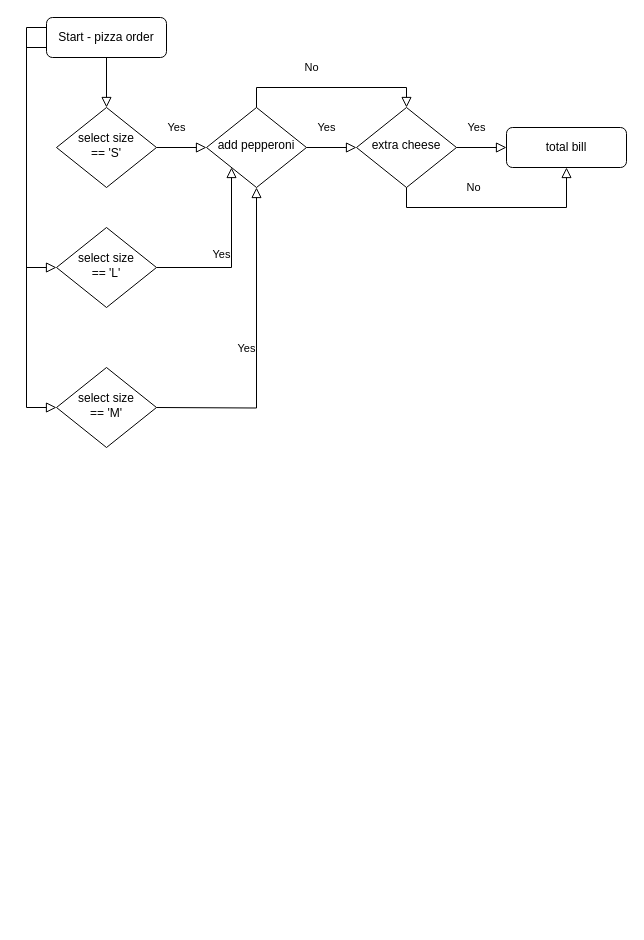
Before: python/day3/pizza_order.drawio in bavinclint/100DayOfCode, a draw.io diagram. Source tidied: cells renumbered, new cells numbered last; positions are measured from the earlier drawing's top-left corner, leaving out a move shared by most shapes. Both pictures are drawn from the tidied source at 100%, with x=0, y=0 at pixel (46, 17).
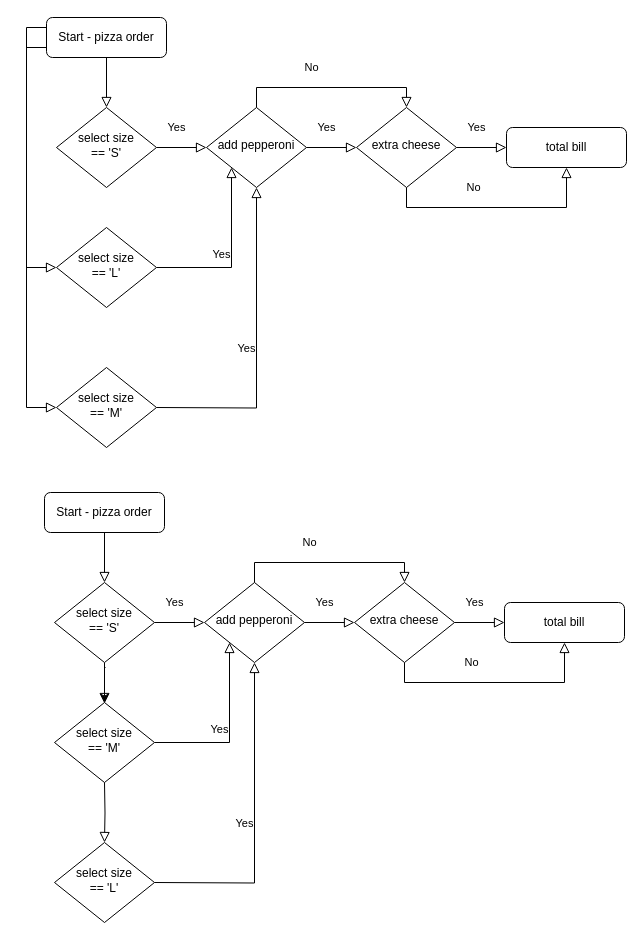
The same page after the edit.

The edit, as a diff of the source:
```diff
@@
+    <mxCell id="19" style="rounded=0;html=1;jettySize=auto;fontSize=11;endArrow=block;endFill=0;endSize=8;strokeWidth=1;shadow=0;labelBackgroundColor=none;edgeStyle=orthogonalEdgeStyle;" parent="1" edge="1" source="20" target="23">
+      <mxGeometry relative="1" as="geometry" />
+    </mxCell>
+    <mxCell id="20" value="Start - pizza order" style="rounded=1;whiteSpace=wrap;html=1;fontSize=12;glass=0;strokeWidth=1;shadow=0;" parent="1" vertex="1">
+      <mxGeometry x="-2" y="475" width="120" height="40" as="geometry" />
+    </mxCell>
+    <mxCell id="21" value="Yes" style="edgeStyle=orthogonalEdgeStyle;rounded=0;html=1;jettySize=auto;orthogonalLoop=1;fontSize=11;endArrow=block;endFill=0;endSize=8;strokeWidth=1;shadow=0;labelBackgroundColor=none;" parent="1" edge="1">
+      <mxGeometry x="-0.21" y="20" relative="1" as="geometry">
+        <mxPoint x="108" y="605" as="sourcePoint" />
+        <mxPoint x="158" y="605" as="targetPoint" />
+      </mxGeometry>
+    </mxCell>
+    <mxCell id="22" style="edgeStyle=orthogonalEdgeStyle;rounded=0;jettySize=auto;html=1;" parent="1" edge="1" source="23" target="25">
+      <mxGeometry relative="1" as="geometry" />
+    </mxCell>
+    <mxCell id="23" value="select size&lt;br&gt;== 'S'" style="rhombus;whiteSpace=wrap;html=1;shadow=0;fontFamily=Helvetica;fontSize=12;align=center;strokeWidth=1;spacing=6;spacingTop=-4;" parent="1" vertex="1">
+      <mxGeometry x="8" y="565" width="100" height="80" as="geometry" />
+    </mxCell>
+    <mxCell id="24" value="Yes" style="edgeStyle=orthogonalEdgeStyle;rounded=0;html=1;jettySize=auto;fontSize=11;endArrow=block;endFill=0;endSize=8;strokeWidth=1;shadow=0;labelBackgroundColor=none;entryX=0;entryY=1;entryDx=0;entryDy=0;" parent="1" edge="1" source="25" target="26">
+      <mxGeometry y="10" relative="1" as="geometry" />
+    </mxCell>
+    <mxCell id="25" value="select size&lt;br&gt;== 'M'" style="rhombus;whiteSpace=wrap;html=1;shadow=0;fontFamily=Helvetica;fontSize=12;align=center;strokeWidth=1;spacing=6;spacingTop=-4;" parent="1" vertex="1">
+      <mxGeometry x="8" y="685" width="100" height="80" as="geometry" />
+    </mxCell>
+    <mxCell id="26" value="add pepperoni" style="rhombus;whiteSpace=wrap;html=1;shadow=0;fontFamily=Helvetica;fontSize=12;align=center;strokeWidth=1;spacing=6;spacingTop=-4;" parent="1" vertex="1">
+      <mxGeometry x="158" y="565" width="100" height="80" as="geometry" />
+    </mxCell>
+    <mxCell id="27" value="total bill" style="rounded=1;whiteSpace=wrap;html=1;fontSize=12;glass=0;strokeWidth=1;shadow=0;" parent="1" vertex="1">
+      <mxGeometry x="458" y="585" width="120" height="40" as="geometry" />
+    </mxCell>
+    <mxCell id="28" value="select size&lt;br&gt;== 'L'" style="rhombus;whiteSpace=wrap;html=1;shadow=0;fontFamily=Helvetica;fontSize=12;align=center;strokeWidth=1;spacing=6;spacingTop=-4;" parent="1" vertex="1">
+      <mxGeometry x="8" y="825" width="100" height="80" as="geometry" />
+    </mxCell>
+    <mxCell id="29" value="Yes" style="edgeStyle=orthogonalEdgeStyle;rounded=0;html=1;jettySize=auto;fontSize=11;endArrow=block;endFill=0;endSize=8;strokeWidth=1;shadow=0;labelBackgroundColor=none;entryX=0.5;entryY=1;entryDx=0;entryDy=0;" parent="1" edge="1" target="26">
+      <mxGeometry y="10" relative="1" as="geometry">
+        <mxPoint x="108" y="865" as="sourcePoint" />
+      </mxGeometry>
+    </mxCell>
+    <mxCell id="30" value="Yes" style="edgeStyle=orthogonalEdgeStyle;rounded=0;html=1;jettySize=auto;orthogonalLoop=1;fontSize=11;endArrow=block;endFill=0;endSize=8;strokeWidth=1;shadow=0;labelBackgroundColor=none;" parent="1" edge="1">
+      <mxGeometry x="-0.21" y="20" relative="1" as="geometry">
+        <mxPoint x="258" y="605" as="sourcePoint" />
+        <mxPoint x="308" y="605" as="targetPoint" />
+      </mxGeometry>
+    </mxCell>
+    <mxCell id="31" value="extra cheese" style="rhombus;whiteSpace=wrap;html=1;shadow=0;fontFamily=Helvetica;fontSize=12;align=center;strokeWidth=1;spacing=6;spacingTop=-4;" parent="1" vertex="1">
+      <mxGeometry x="308" y="565" width="100" height="80" as="geometry" />
+    </mxCell>
+    <mxCell id="32" value="Yes" style="edgeStyle=orthogonalEdgeStyle;rounded=0;html=1;jettySize=auto;orthogonalLoop=1;fontSize=11;endArrow=block;endFill=0;endSize=8;strokeWidth=1;shadow=0;labelBackgroundColor=none;" parent="1" edge="1">
+      <mxGeometry x="-0.21" y="20" relative="1" as="geometry">
+        <mxPoint x="408" y="605" as="sourcePoint" />
+        <mxPoint x="458" y="605" as="targetPoint" />
+      </mxGeometry>
+    </mxCell>
+    <mxCell id="33" value="No" style="edgeStyle=orthogonalEdgeStyle;rounded=0;html=1;jettySize=auto;fontSize=11;endArrow=block;endFill=0;endSize=8;strokeWidth=1;shadow=0;labelBackgroundColor=none;exitX=0.5;exitY=0;exitDx=0;exitDy=0;entryX=0.5;entryY=0;entryDx=0;entryDy=0;" parent="1" edge="1" source="26" target="31">
+      <mxGeometry x="-0.21" y="20" relative="1" as="geometry" />
+    </mxCell>
+    <mxCell id="34" value="No" style="edgeStyle=orthogonalEdgeStyle;rounded=0;html=1;jettySize=auto;fontSize=11;endArrow=block;endFill=0;endSize=8;strokeWidth=1;shadow=0;labelBackgroundColor=none;exitX=0.5;exitY=1;exitDx=0;exitDy=0;entryX=0.5;entryY=1;entryDx=0;entryDy=0;" parent="1" edge="1" source="31" target="27">
+      <mxGeometry x="-0.21" y="20" relative="1" as="geometry" />
+    </mxCell>
+    <mxCell id="35" style="rounded=0;html=1;jettySize=auto;orthogonalLoop=1;fontSize=11;endArrow=block;endFill=0;endSize=8;strokeWidth=1;shadow=0;labelBackgroundColor=none;edgeStyle=orthogonalEdgeStyle;" parent="1" edge="1">
+      <mxGeometry relative="1" as="geometry">
+        <mxPoint x="59" y="650" as="sourcePoint" />
+        <mxPoint x="58" y="686" as="targetPoint" />
+      </mxGeometry>
+    </mxCell>
+    <mxCell id="36" style="rounded=0;html=1;jettySize=auto;fontSize=11;endArrow=block;endFill=0;endSize=8;strokeWidth=1;shadow=0;labelBackgroundColor=none;edgeStyle=orthogonalEdgeStyle;entryX=0.5;entryY=0;entryDx=0;entryDy=0;" parent="1" edge="1" target="28">
+      <mxGeometry relative="1" as="geometry">
+        <mxPoint x="58" y="765" as="sourcePoint" />
+      </mxGeometry>
+    </mxCell>
```
